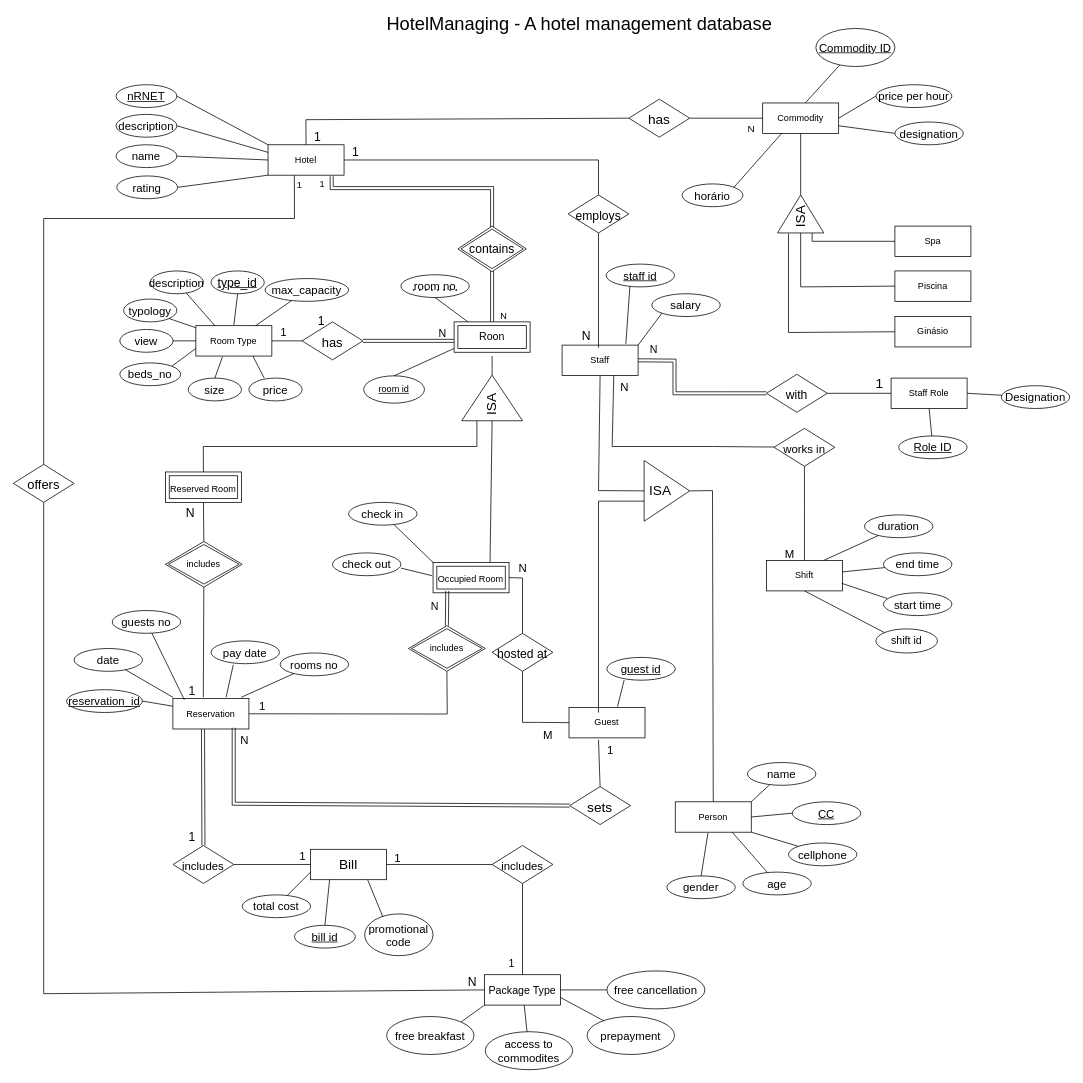
The draw.io diagram HotelManagingER.drawio in icbaptista/HotelManaging, before the edit. Source tidied: cells renumbered, new cells numbered last; positions are measured from the earlier drawing's top-left corner, leaving out a move shared by most shapes. Both pictures are drawn from the tidied source at 76%, with x=0, y=0 at pixel (13, 13).
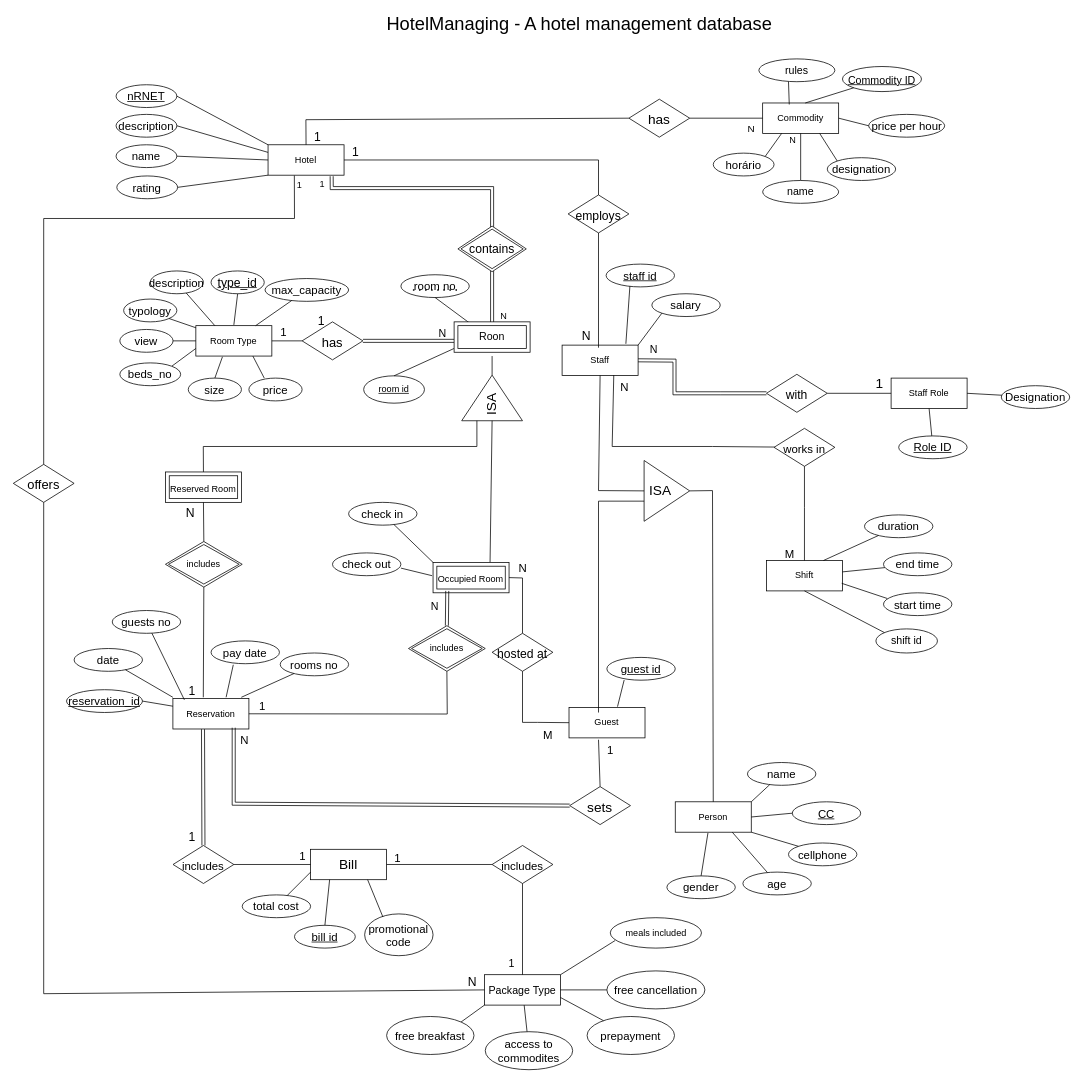
Above is the later version.

Unchanged cells that the change refers to:
```xml
<mxCell id="127" value="Commodity" style="whiteSpace=wrap;html=1;align=center;" parent="1" vertex="1">
  <mxGeometry x="986" y="118" width="100" height="40" as="geometry" />
</mxCell>
<mxCell id="161" value="&lt;font style=&quot;font-size: 14px&quot;&gt;Package Type&lt;/font&gt;" style="rounded=0;whiteSpace=wrap;html=1;fontFamily=Helvetica;fontSize=18;fontColor=default;" parent="1" vertex="1">
  <mxGeometry x="620" y="1265" width="100" height="40" as="geometry" />
</mxCell>
```

What changed in the source:
```diff
@@
     <mxCell id="35" value="designation" style="ellipse;whiteSpace=wrap;html=1;fontFamily=Helvetica;fontSize=15;fontColor=default;" parent="1" vertex="1">
-      <mxGeometry x="1160" y="143" width="90" height="30" as="geometry" />
+      <mxGeometry x="1071" y="190" width="90" height="30" as="geometry" />
     </mxCell>
@@
     <mxCell id="133" value="horário" style="ellipse;whiteSpace=wrap;html=1;fontFamily=Helvetica;fontSize=15;fontColor=default;" parent="1" vertex="1">
-      <mxGeometry x="880" y="224.5" width="80" height="30" as="geometry" />
+      <mxGeometry x="921" y="184" width="80" height="30" as="geometry" />
     </mxCell>
@@
     <mxCell id="135" value="&lt;div style=&quot;font-size: 15px&quot;&gt;&lt;font style=&quot;font-size: 15px&quot;&gt;price per hour&lt;/font&gt;&lt;/div&gt;" style="ellipse;whiteSpace=wrap;html=1;align=center;fontSize=17;" parent="1" vertex="1">
-      <mxGeometry x="1135" y="94" width="100" height="30" as="geometry" />
+      <mxGeometry x="1125.5" y="133" width="100" height="30" as="geometry" />
     </mxCell>
@@
-    <mxCell id="137" value="&lt;div style=&quot;font-size: 18px&quot; align=&quot;left&quot;&gt;&lt;font style=&quot;font-size: 18px&quot;&gt;&amp;nbsp;ISA&lt;/font&gt;&lt;/div&gt;" style="triangle;whiteSpace=wrap;html=1;fontFamily=Helvetica;fontSize=15;fontColor=default;align=left;rotation=-90;" parent="1" vertex="1">
-      <mxGeometry x="1011" y="233.5" width="50" height="61" as="geometry" />
-    </mxCell>
-    <mxCell id="138" style="endArrow=none;html=1;rounded=0;fontSize=15;exitX=1;exitY=0.5;exitDx=0;exitDy=0;entryX=0.5;entryY=1;entryDx=0;entryDy=0;" parent="1" edge="1" source="137" target="127">
-      <mxGeometry relative="1" as="geometry" />
-    </mxCell>
-    <mxCell id="139" value="&lt;div&gt;Spa&lt;/div&gt;" style="whiteSpace=wrap;html=1;align=center;" parent="1" vertex="1">
-      <mxGeometry x="1160" y="280" width="100" height="40" as="geometry" />
-    </mxCell>
@@
-    <mxCell id="147" style="endArrow=none;html=1;rounded=0;fontSize=15;exitX=1;exitY=0.75;exitDx=0;exitDy=0;entryX=0;entryY=0.5;entryDx=0;entryDy=0;" parent="1" edge="1" source="127" target="35">
+    <mxCell id="147" style="endArrow=none;html=1;rounded=0;fontSize=15;exitX=0.75;exitY=1;exitDx=0;exitDy=0;entryX=0;entryY=0;entryDx=0;entryDy=0;" parent="1" edge="1" source="127" target="35">
       <mxGeometry relative="1" as="geometry" />
     </mxCell>
-    <mxCell id="148" style="endArrow=none;html=1;rounded=0;fontSize=15;exitX=0;exitY=0.75;exitDx=0;exitDy=0;entryX=0;entryY=0.5;entryDx=0;entryDy=0;" parent="1" edge="1" source="137" target="139">
-      <mxGeometry relative="1" as="geometry">
-        <Array as="points">
-          <mxPoint x="1051" y="300" />
-        </Array>
-      </mxGeometry>
-    </mxCell>
@@
-    <mxCell id="155" style="endArrow=none;html=1;rounded=0;fontSize=15;entryX=0;entryY=0.5;entryDx=0;entryDy=0;" parent="1" edge="1" target="156">
-      <mxGeometry relative="1" as="geometry">
-        <mxPoint x="1020" y="290" as="sourcePoint" />
-        <Array as="points">
-          <mxPoint x="1020" y="420" />
-        </Array>
-      </mxGeometry>
-    </mxCell>
-    <mxCell id="156" value="Ginásio" style="whiteSpace=wrap;html=1;align=center;" parent="1" vertex="1">
-      <mxGeometry x="1160" y="399" width="100" height="40" as="geometry" />
-    </mxCell>
@@
-    <mxCell id="171" value="Piscina" style="whiteSpace=wrap;html=1;align=center;" parent="1" vertex="1">
-      <mxGeometry x="1160" y="339" width="100" height="40" as="geometry" />
-    </mxCell>
-    <mxCell id="172" style="endArrow=none;html=1;rounded=0;fontSize=15;entryX=0;entryY=0.5;entryDx=0;entryDy=0;exitX=0;exitY=0.5;exitDx=0;exitDy=0;" parent="1" edge="1" source="137" target="171">
-      <mxGeometry relative="1" as="geometry">
-        <Array as="points">
-          <mxPoint x="1036" y="360" />
-        </Array>
-      </mxGeometry>
-    </mxCell>
@@
-    <mxCell id="187" value="&lt;u&gt;Commodity ID&lt;/u&gt;" style="ellipse;whiteSpace=wrap;html=1;fontFamily=Helvetica;fontSize=15;fontColor=default;" parent="1" vertex="1">
-      <mxGeometry x="1056" y="20" width="104" height="50" as="geometry" />
+    <mxCell id="187" value="&lt;font style=&quot;font-size: 14px&quot;&gt;&lt;u&gt;Commodity ID&lt;/u&gt;&lt;/font&gt;" style="ellipse;whiteSpace=wrap;html=1;fontFamily=Helvetica;fontSize=15;fontColor=default;" parent="1" vertex="1">
+      <mxGeometry x="1091" y="70" width="104" height="33" as="geometry" />
     </mxCell>
@@
+    <mxCell id="193" value="meals included" style="ellipse;whiteSpace=wrap;html=1;" parent="1" vertex="1">
+      <mxGeometry x="785.5" y="1190" width="120" height="40" as="geometry" />
+    </mxCell>
+    <mxCell id="194" style="endArrow=none;html=1;rounded=0;exitX=1;exitY=0;exitDx=0;exitDy=0;entryX=0.054;entryY=0.75;entryDx=0;entryDy=0;entryPerimeter=0;" parent="1" edge="1" source="161" target="193">
+      <mxGeometry relative="1" as="geometry" />
+    </mxCell>
+    <mxCell id="195" style="endArrow=none;html=1;rounded=0;entryX=0.5;entryY=1;entryDx=0;entryDy=0;exitX=0.5;exitY=0;exitDx=0;exitDy=0;" parent="1" edge="1" source="197" target="127">
+      <mxGeometry relative="1" as="geometry" />
+    </mxCell>
+    <mxCell id="196" value="N" style="html=1;align=right;verticalAlign=bottom;" parent="195" vertex="1">
+      <mxGeometry x="1" relative="1" as="geometry">
+        <mxPoint x="-6" y="17" as="offset" />
+      </mxGeometry>
+    </mxCell>
+    <mxCell id="197" value="&lt;font style=&quot;font-size: 14px&quot;&gt;name&lt;/font&gt;" style="ellipse;whiteSpace=wrap;html=1;align=center;" parent="1" vertex="1">
+      <mxGeometry x="986" y="220" width="100" height="30" as="geometry" />
+    </mxCell>
+    <mxCell id="198" value="&lt;font style=&quot;font-size: 14px&quot;&gt;rules&lt;/font&gt;" style="ellipse;whiteSpace=wrap;html=1;align=center;fontSize=17;" parent="1" vertex="1">
+      <mxGeometry x="981" y="60" width="100" height="30" as="geometry" />
+    </mxCell>
+    <mxCell id="199" style="endArrow=none;html=1;rounded=0;fontSize=14;entryX=0.35;entryY=0.05;entryDx=0;entryDy=0;entryPerimeter=0;" parent="1" edge="1" target="127">
+      <mxGeometry relative="1" as="geometry">
+        <mxPoint x="1020" y="90" as="sourcePoint" />
+      </mxGeometry>
+    </mxCell>
```
